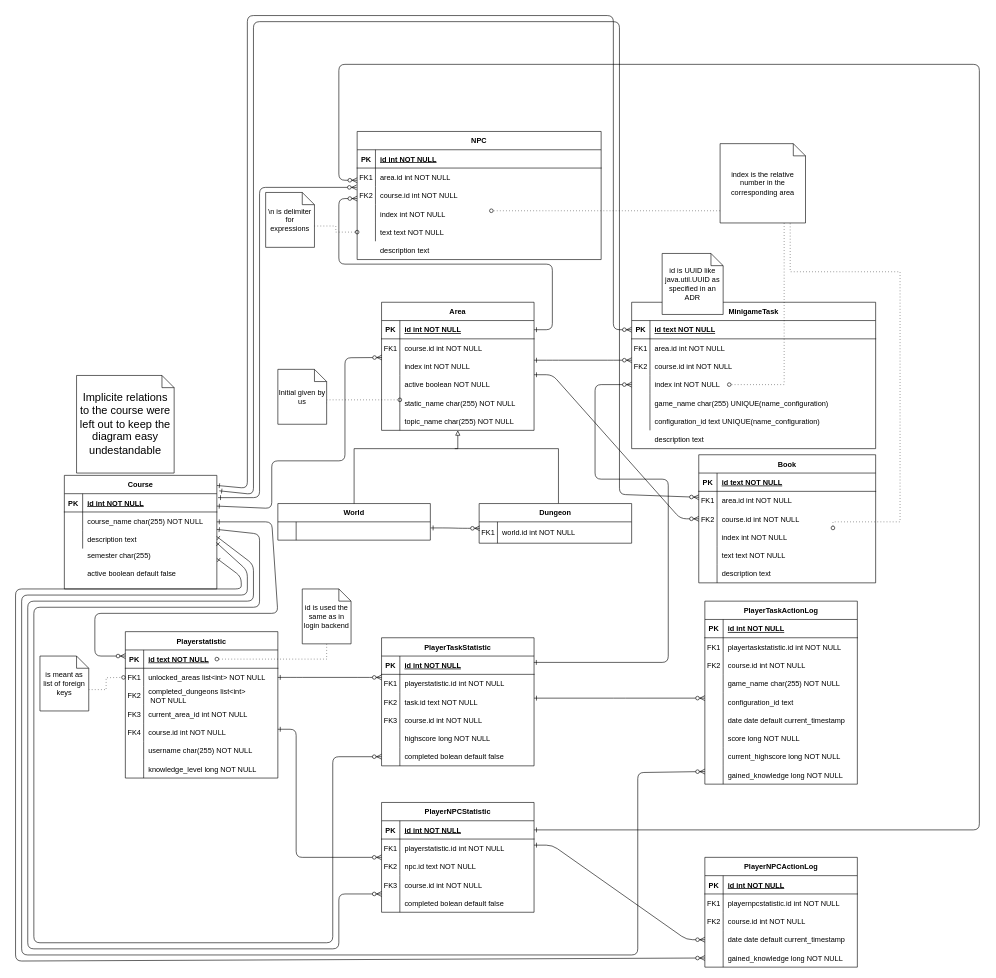
This is dev-manuals/services/overworld/database-model/database-model.drawio from Gamify-IT/docs, a draw.io file, before an edit. Source tidied: cells renumbered, new cells numbered last; positions are measured from the earlier drawing's top-left corner, leaving out a move shared by most shapes. Both pictures are drawn from the tidied source at 61%, with x=0, y=0 at pixel (15, 15).
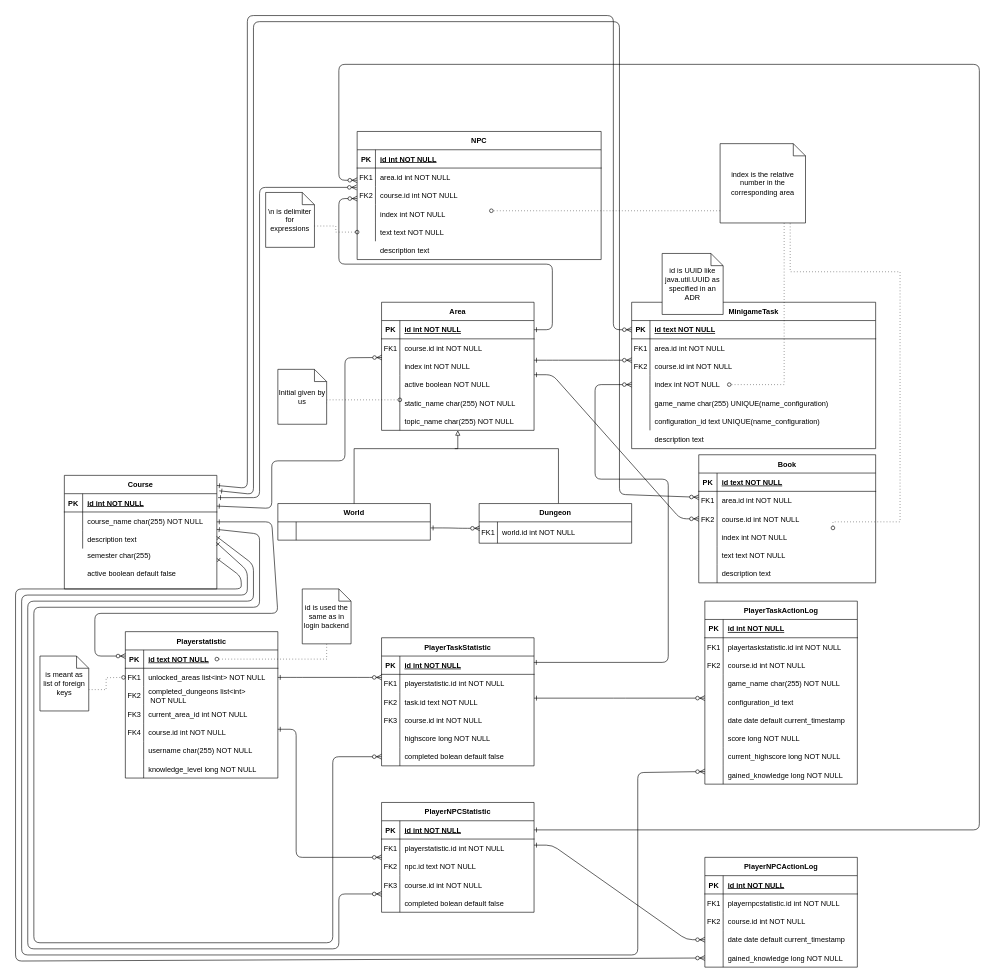
Above is the later version.

Diff of the diagram source:
```diff
@@
-    <mxCell id="224" value="&lt;font style=&quot;font-size: 18px&quot;&gt;Implicite relations to the course were left out to keep the diagram easy undestandable&lt;/font&gt;" style="shape=note;size=20;whiteSpace=wrap;html=1;" parent="1" vertex="1">
-      <mxGeometry x="100" y="590" width="160" height="160" as="geometry" />
-    </mxCell>
```
